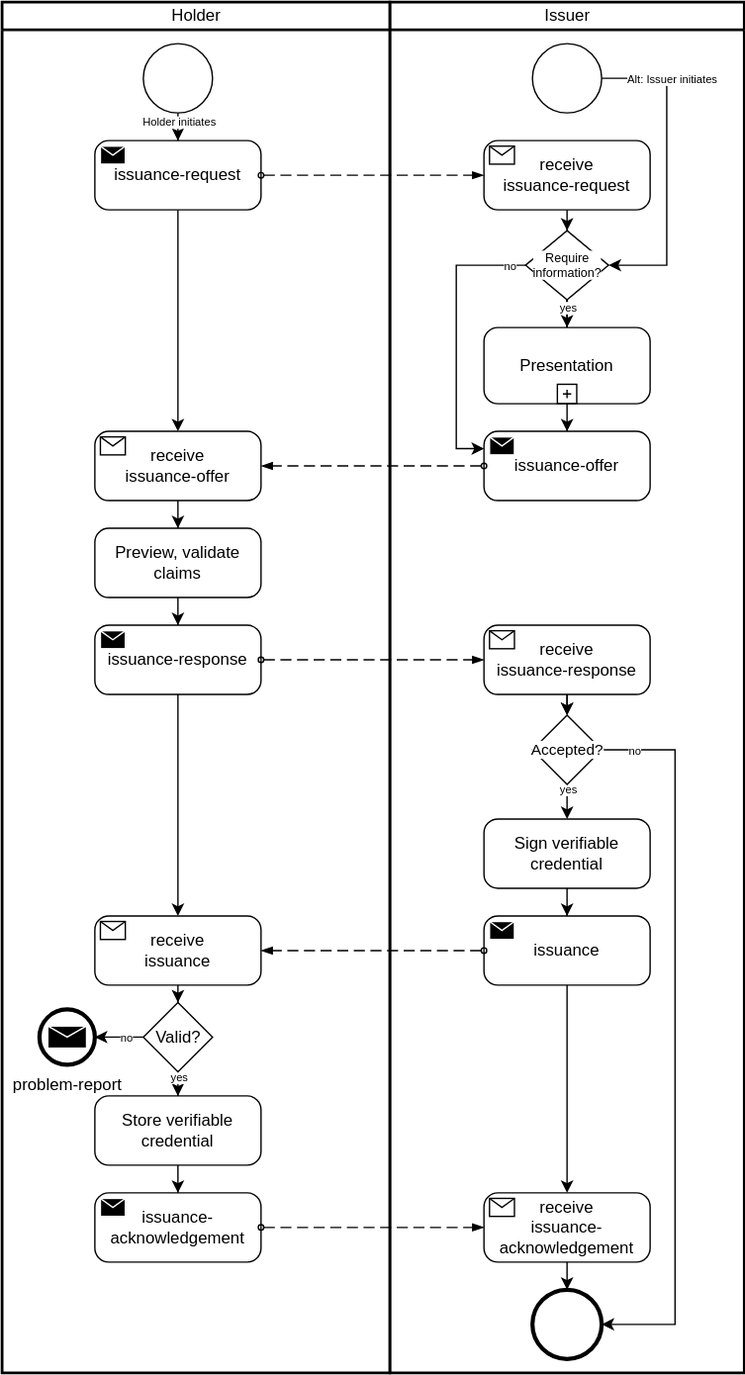
The draw.io diagram documentation/static/img/didcomm/issuance.drawio.svg in iotaledger/identity.rs, before a commit. Source tidied: cells renumbered, new cells last; positions are measured from the earlier drawing's top-left corner, leaving out a move shared by most shapes.
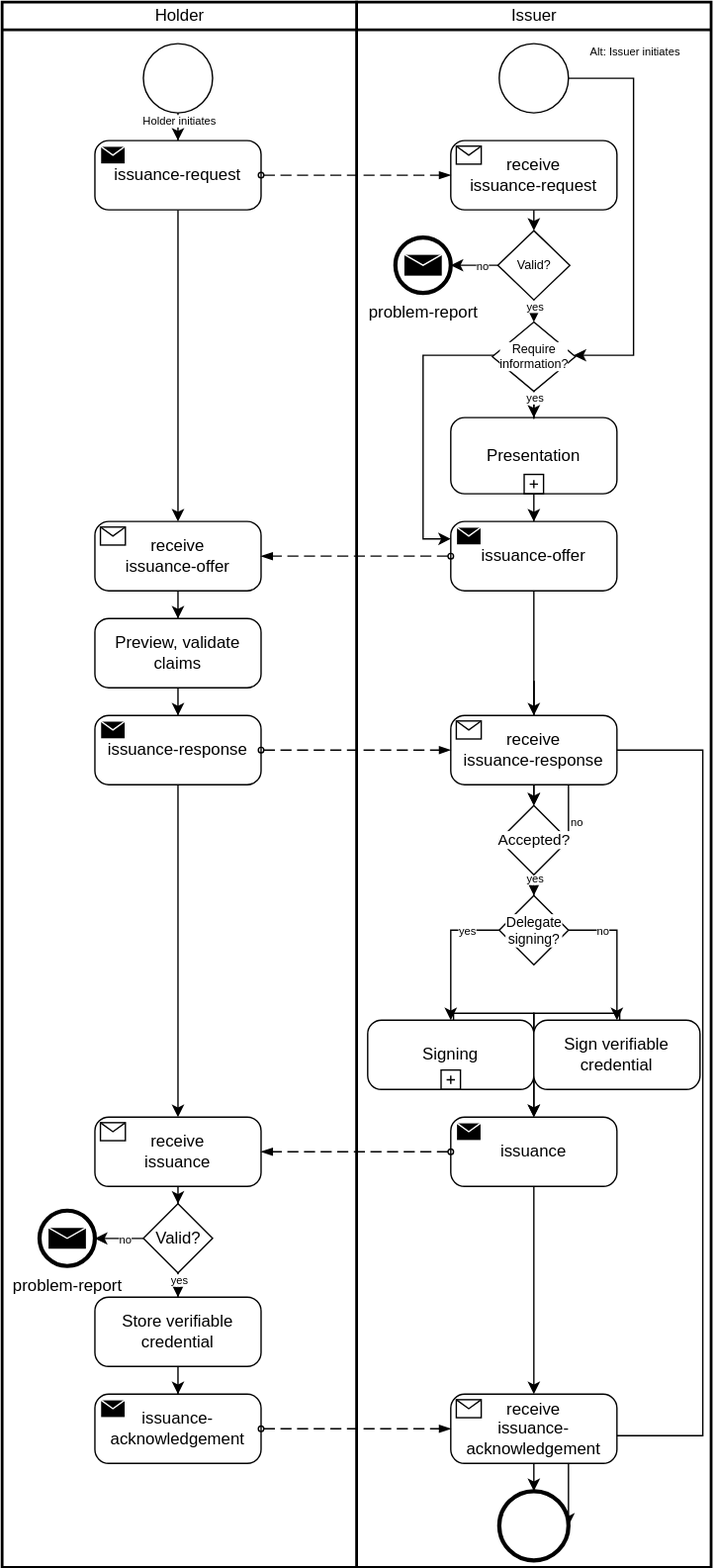
The same file after the commit.

Commit message:
[WIP] furthr work on issuance

Diff of the diagram source:
```diff
@@ -5,3 +5,3 @@
     <mxCell id="2" value="Issuer" style="swimlane;html=1;startSize=20;fontStyle=0;horizontal=1;swimlaneLine=1;strokeWidth=2;swimlaneFillColor=#ffffff;" parent="1" vertex="1">
-      <mxGeometry x="280" width="256" height="990" as="geometry" />
+      <mxGeometry x="286" width="256" height="1130" as="geometry" />
     </mxCell>
@@ -10,5 +10,10 @@
     </mxCell>
-    <mxCell id="4" style="edgeStyle=orthogonalEdgeStyle;rounded=0;jettySize=auto;html=1;entryX=0.5;entryY=0;entryDx=0;entryDy=0;entryPerimeter=0;" parent="2" edge="1" source="5" target="25">
-      <mxGeometry relative="1" as="geometry" />
-    </mxCell>
+    <mxCell id="60" style="edgeStyle=orthogonalEdgeStyle;rounded=0;jumpSize=6;jettySize=auto;html=1;fontSize=8;endSize=6;" parent="2" edge="1" source="5" target="75">
+      <mxGeometry relative="1" as="geometry">
+        <Array as="points">
+          <mxPoint x="128" y="160" />
+          <mxPoint x="128" y="160" />
+        </Array>
+      </mxGeometry>
+    </mxCell>
     <mxCell id="5" value="receive &#10;issuance-request" style="points=[[0.25,0,0],[0.5,0,0],[0.75,0,0],[1,0.25,0],[1,0.5,0],[1,0.75,0],[0.75,1,0],[0.5,1,0],[0.25,1,0],[0,0.75,0],[0,0.5,0],[0,0.25,0]];shape=mxgraph.bpmn.task;whiteSpace=wrap;rectStyle=rounded;size=10;taskMarker=receive;" parent="2" vertex="1">
@@ -20,3 +25,3 @@
           <mxPoint x="200" y="55" />
-          <mxPoint x="200" y="190" />
+          <mxPoint x="200" y="255" />
         </Array>
@@ -26,3 +31,3 @@
       <mxGeometry x="-0.65" y="1" relative="1" as="geometry">
-        <mxPoint x="12" y="1" as="offset" />
+        <mxPoint x="-1" y="-23" as="offset" />
       </mxGeometry>
@@ -43,5 +48,5 @@
     <mxCell id="11" value="issuance" style="points=[[0.25,0,0],[0.5,0,0],[0.75,0,0],[1,0.25,0],[1,0.5,0],[1,0.75,0],[0.75,1,0],[0.5,1,0],[0.25,1,0],[0,0.75,0],[0,0.5,0],[0,0.25,0]];shape=mxgraph.bpmn.task;whiteSpace=wrap;rectStyle=rounded;size=10;taskMarker=send;" parent="2" vertex="1">
-      <mxGeometry x="68" y="660" width="120" height="50" as="geometry" />
+      <mxGeometry x="68" y="805" width="120" height="50" as="geometry" />
     </mxCell>
-    <mxCell id="12" style="edgeStyle=orthogonalEdgeStyle;rounded=0;jettySize=auto;html=1;" parent="2" edge="1" source="16" target="29">
+    <mxCell id="12" style="edgeStyle=orthogonalEdgeStyle;rounded=0;jettySize=auto;html=1;" parent="2" edge="1" source="16" target="70">
       <mxGeometry relative="1" as="geometry" />
@@ -53,7 +58,10 @@
     </mxCell>
+    <mxCell id="61" value="yes" style="edgeLabel;html=1;align=center;verticalAlign=middle;fontSize=8;" parent="12" vertex="1">
+      <mxGeometry x="0.6" relative="1" as="geometry" />
+    </mxCell>
-    <mxCell id="14" style="edgeStyle=orthogonalEdgeStyle;rounded=0;jettySize=auto;html=1;exitX=1;exitY=0.5;exitDx=0;exitDy=0;exitPerimeter=0;entryX=1;entryY=0.5;entryDx=0;entryDy=0;entryPerimeter=0;" parent="2" edge="1" source="16" target="27">
+    <mxCell id="14" style="edgeStyle=orthogonalEdgeStyle;rounded=0;jettySize=auto;html=1;entryX=1;entryY=0.5;entryDx=0;entryDy=0;entryPerimeter=0;fontSize=10;exitX=1;exitY=0.5;exitDx=0;exitDy=0;exitPerimeter=0;" parent="2" edge="1" source="16" target="27">
       <mxGeometry relative="1" as="geometry">
         <Array as="points">
-          <mxPoint x="206" y="540" />
-          <mxPoint x="206" y="955" />
+          <mxPoint x="250" y="540" />
+          <mxPoint x="250" y="1035" />
         </Array>
@@ -61,12 +69,12 @@
     </mxCell>
-    <mxCell id="15" value="no" style="edgeLabel;html=1;align=center;verticalAlign=middle;fontSize=8;" parent="14" vertex="1">
-      <mxGeometry x="-0.75" relative="1" as="geometry">
-        <mxPoint x="-30" y="-13" as="offset" />
-      </mxGeometry>
-    </mxCell>
+    <mxCell id="62" value="no" style="edgeLabel;html=1;align=center;verticalAlign=middle;fontSize=8;" parent="14" vertex="1">
+      <mxGeometry x="-0.97" relative="1" as="geometry">
+        <mxPoint x="5" as="offset" />
+      </mxGeometry>
+    </mxCell>
     <mxCell id="16" value="Accepted?" style="points=[[0.25,0.25,0],[0.5,0,0],[0.75,0.25,0],[1,0.5,0],[0.75,0.75,0],[0.5,1,0],[0.25,0.75,0],[0,0.5,0]];shape=mxgraph.bpmn.gateway2;html=1;verticalLabelPosition=middle;labelBackgroundColor=#ffffff;verticalAlign=middle;align=center;perimeter=rhombusPerimeter;outlineConnect=0;outline=none;symbol=none;fillColor=#ffffff;labelPosition=center;fontSize=11;" parent="2" vertex="1">
-      <mxGeometry x="103" y="515" width="50" height="50" as="geometry" />
+      <mxGeometry x="103" y="580" width="50" height="50" as="geometry" />
     </mxCell>
     <mxCell id="17" value="receive &#10;issuance-response" style="points=[[0.25,0,0],[0.5,0,0],[0.75,0,0],[1,0.25,0],[1,0.5,0],[1,0.75,0],[0.75,1,0],[0.5,1,0],[0.25,1,0],[0,0.75,0],[0,0.5,0],[0,0.25,0]];shape=mxgraph.bpmn.task;whiteSpace=wrap;rectStyle=rounded;size=10;taskMarker=receive;" parent="2" vertex="1">
-      <mxGeometry x="68" y="450" width="120" height="50" as="geometry" />
+      <mxGeometry x="68" y="515" width="120" height="50" as="geometry" />
     </mxCell>
@@ -79,3 +87,3 @@
     <mxCell id="20" value="Presentation" style="points=[[0.25,0,0],[0.5,0,0],[0.75,0,0],[1,0.25,0],[1,0.5,0],[1,0.75,0],[0.75,1,0],[0.5,1,0],[0.25,1,0],[0,0.75,0],[0,0.5,0],[0,0.25,0]];shape=mxgraph.bpmn.task;whiteSpace=wrap;rectStyle=rounded;size=10;taskMarker=abstract;isLoopSub=1;" parent="2" vertex="1">
-      <mxGeometry x="68" y="235" width="120" height="55" as="geometry" />
+      <mxGeometry x="68" y="300" width="120" height="55" as="geometry" />
     </mxCell>
@@ -90,4 +98,4 @@
         <Array as="points">
-          <mxPoint x="48" y="190" />
-          <mxPoint x="48" y="322" />
+          <mxPoint x="48" y="255" />
+          <mxPoint x="48" y="388" />
         </Array>
@@ -95,22 +103,22 @@
     </mxCell>
-    <mxCell id="24" value="no" style="edgeLabel;html=1;align=center;verticalAlign=middle;fontSize=8;" parent="23" vertex="1">
-      <mxGeometry x="-0.84" relative="1" as="geometry">
-        <mxPoint x="5" as="offset" />
-      </mxGeometry>
-    </mxCell>
     <mxCell id="25" value="Require&lt;br style=&quot;font-size: 9px;&quot;&gt;information?" style="points=[[0.25,0.25,0],[0.5,0,0],[0.75,0.25,0],[1,0.5,0],[0.75,0.75,0],[0.5,1,0],[0.25,0.75,0],[0,0.5,0]];shape=mxgraph.bpmn.gateway2;html=1;verticalLabelPosition=middle;labelBackgroundColor=#ffffff;verticalAlign=middle;align=center;perimeter=rhombusPerimeter;outlineConnect=0;outline=none;symbol=none;fillColor=#ffffff;labelPosition=center;fontSize=9;" parent="2" vertex="1">
-      <mxGeometry x="98" y="165" width="60" height="50" as="geometry" />
+      <mxGeometry x="98" y="231" width="60" height="50" as="geometry" />
     </mxCell>
+    <mxCell id="63" style="edgeStyle=orthogonalEdgeStyle;rounded=0;jettySize=auto;html=1;entryX=0.5;entryY=0;entryDx=0;entryDy=0;entryPerimeter=0;fontSize=10;" parent="2" edge="1" source="26" target="17">
+      <mxGeometry relative="1" as="geometry" />
+    </mxCell>
     <mxCell id="26" value="issuance-offer" style="points=[[0.25,0,0],[0.5,0,0],[0.75,0,0],[1,0.25,0],[1,0.5,0],[1,0.75,0],[0.75,1,0],[0.5,1,0],[0.25,1,0],[0,0.75,0],[0,0.5,0],[0,0.25,0]];shape=mxgraph.bpmn.task;whiteSpace=wrap;rectStyle=rounded;size=10;taskMarker=send;" parent="2" vertex="1">
-      <mxGeometry x="68" y="310" width="120" height="50" as="geometry" />
+      <mxGeometry x="68" y="375" width="120" height="50" as="geometry" />
     </mxCell>
     <mxCell id="27" style="points=[[0.145,0.145,0],[0.5,0,0],[0.855,0.145,0],[1,0.5,0],[0.855,0.855,0],[0.5,1,0],[0.145,0.855,0],[0,0.5,0]];shape=mxgraph.bpmn.event;html=1;verticalLabelPosition=bottom;labelBackgroundColor=#ffffff;verticalAlign=top;align=center;perimeter=ellipsePerimeter;outlineConnect=0;outline=end;symbol=terminate2;" parent="2" vertex="1">
-      <mxGeometry x="103" y="930" width="50" height="50" as="geometry" />
+      <mxGeometry x="103" y="1075" width="50" height="50" as="geometry" />
     </mxCell>
     <mxCell id="28" style="edgeStyle=orthogonalEdgeStyle;rounded=0;jettySize=auto;html=1;fontSize=8;" parent="2" edge="1" source="29" target="11">
-      <mxGeometry relative="1" as="geometry" />
+      <mxGeometry relative="1" as="geometry">
+        <Array as="points">
+          <mxPoint x="190" y="730" />
+          <mxPoint x="128" y="730" />
+        </Array>
+      </mxGeometry>
     </mxCell>
-    <mxCell id="29" value="Sign verifiable credential" style="points=[[0.25,0,0],[0.5,0,0],[0.75,0,0],[1,0.25,0],[1,0.5,0],[1,0.75,0],[0.75,1,0],[0.5,1,0],[0.25,1,0],[0,0.75,0],[0,0.5,0],[0,0.25,0]];shape=mxgraph.bpmn.task;whiteSpace=wrap;rectStyle=rounded;size=10;taskMarker=abstract;fillColor=#ffffff;" parent="2" vertex="1">
-      <mxGeometry x="68" y="590" width="120" height="50" as="geometry" />
-    </mxCell>
     <mxCell id="30" style="edgeStyle=orthogonalEdgeStyle;rounded=0;jettySize=auto;html=1;fontSize=8;" parent="2" edge="1" source="31" target="27">
@@ -119,6 +127,69 @@
     <mxCell id="31" value="receive &#10;issuance-acknowledgement" style="points=[[0.25,0,0],[0.5,0,0],[0.75,0,0],[1,0.25,0],[1,0.5,0],[1,0.75,0],[0.75,1,0],[0.5,1,0],[0.25,1,0],[0,0.75,0],[0,0.5,0],[0,0.25,0]];shape=mxgraph.bpmn.task;whiteSpace=wrap;rectStyle=rounded;size=10;taskMarker=receive;" parent="2" vertex="1">
-      <mxGeometry x="68" y="860" width="120" height="50" as="geometry" />
+      <mxGeometry x="68" y="1005" width="120" height="50" as="geometry" />
     </mxCell>
+    <mxCell id="64" style="edgeStyle=orthogonalEdgeStyle;rounded=0;jettySize=auto;html=1;fontSize=10;" parent="2" edge="1" source="65" target="11">
+      <mxGeometry relative="1" as="geometry">
+        <Array as="points">
+          <mxPoint x="70" y="730" />
+          <mxPoint x="128" y="730" />
+        </Array>
+      </mxGeometry>
+    </mxCell>
+    <mxCell id="65" value="Signing" style="points=[[0.25,0,0],[0.5,0,0],[0.75,0,0],[1,0.25,0],[1,0.5,0],[1,0.75,0],[0.75,1,0],[0.5,1,0],[0.25,1,0],[0,0.75,0],[0,0.5,0],[0,0.25,0]];shape=mxgraph.bpmn.task;whiteSpace=wrap;rectStyle=rounded;size=10;taskMarker=abstract;isLoopSub=1;" parent="2" vertex="1">
+      <mxGeometry x="8" y="735" width="120" height="50" as="geometry" />
+    </mxCell>
+    <mxCell id="29" value="Sign verifiable credential" style="points=[[0.25,0,0],[0.5,0,0],[0.75,0,0],[1,0.25,0],[1,0.5,0],[1,0.75,0],[0.75,1,0],[0.5,1,0],[0.25,1,0],[0,0.75,0],[0,0.5,0],[0,0.25,0]];shape=mxgraph.bpmn.task;whiteSpace=wrap;rectStyle=rounded;size=10;taskMarker=abstract;fillColor=#ffffff;" parent="2" vertex="1">
+      <mxGeometry x="128" y="735" width="120" height="50" as="geometry" />
+    </mxCell>
+    <mxCell id="66" style="edgeStyle=orthogonalEdgeStyle;rounded=0;jettySize=auto;html=1;fontSize=10;exitX=0;exitY=0.5;exitDx=0;exitDy=0;exitPerimeter=0;" parent="2" edge="1" source="70" target="65">
+      <mxGeometry relative="1" as="geometry" />
+    </mxCell>
+    <mxCell id="67" value="yes" style="edgeLabel;html=1;align=center;verticalAlign=middle;fontSize=8;" parent="66" vertex="1">
+      <mxGeometry x="-0.82" y="-1" relative="1" as="geometry">
+        <mxPoint x="-14" y="1" as="offset" />
+      </mxGeometry>
+    </mxCell>
+    <mxCell id="68" style="edgeStyle=orthogonalEdgeStyle;rounded=0;jettySize=auto;html=1;entryX=0.5;entryY=0;entryDx=0;entryDy=0;entryPerimeter=0;fontSize=10;exitX=1;exitY=0.5;exitDx=0;exitDy=0;exitPerimeter=0;" parent="2" edge="1" source="70" target="29">
+      <mxGeometry relative="1" as="geometry" />
+    </mxCell>
+    <mxCell id="69" value="no" style="edgeLabel;html=1;align=center;verticalAlign=middle;fontSize=8;" parent="68" vertex="1">
+      <mxGeometry x="-0.48" y="-1" relative="1" as="geometry">
+        <mxPoint x="-2" y="-1" as="offset" />
+      </mxGeometry>
+    </mxCell>
+    <mxCell id="70" value="Delegate &lt;br style=&quot;font-size: 10px;&quot;&gt;signing?" style="points=[[0.25,0.25,0],[0.5,0,0],[0.75,0.25,0],[1,0.5,0],[0.75,0.75,0],[0.5,1,0],[0.25,0.75,0],[0,0.5,0]];shape=mxgraph.bpmn.gateway2;html=1;verticalLabelPosition=middle;labelBackgroundColor=#ffffff;verticalAlign=middle;align=center;perimeter=rhombusPerimeter;outlineConnect=0;outline=none;symbol=none;fillColor=#ffffff;labelPosition=center;fontSize=10;" parent="2" vertex="1">
+      <mxGeometry x="103" y="645" width="50" height="50" as="geometry" />
+    </mxCell>
+    <mxCell id="71" style="edgeStyle=orthogonalEdgeStyle;rounded=0;jettySize=auto;html=1;fontSize=8;" parent="2" edge="1" source="75" target="76">
+      <mxGeometry relative="1" as="geometry">
+        <Array as="points">
+          <mxPoint x="82" y="190" />
+          <mxPoint x="82" y="190" />
+        </Array>
+      </mxGeometry>
+    </mxCell>
+    <mxCell id="72" value="no" style="edgeLabel;html=1;align=center;verticalAlign=middle;fontSize=8;" parent="71" vertex="1">
+      <mxGeometry x="-0.3" relative="1" as="geometry" />
+    </mxCell>
+    <mxCell id="73" style="edgeStyle=orthogonalEdgeStyle;rounded=0;jumpSize=6;jettySize=auto;html=1;fontSize=8;endSize=6;" parent="2" edge="1" source="75" target="25">
+      <mxGeometry relative="1" as="geometry">
+        <Array as="points">
+          <mxPoint x="128" y="211" />
+          <mxPoint x="128" y="211" />
+        </Array>
+      </mxGeometry>
+    </mxCell>
+    <mxCell id="74" value="yes" style="edgeLabel;html=1;align=center;verticalAlign=middle;fontSize=8;" parent="73" vertex="1">
+      <mxGeometry x="-0.32" relative="1" as="geometry">
+        <mxPoint y="-2" as="offset" />
+      </mxGeometry>
+    </mxCell>
+    <mxCell id="75" value="Valid?" style="points=[[0.25,0.25,0],[0.5,0,0],[0.75,0.25,0],[1,0.5,0],[0.75,0.75,0],[0.5,1,0],[0.25,0.75,0],[0,0.5,0]];shape=mxgraph.bpmn.gateway2;html=1;verticalLabelPosition=middle;labelBackgroundColor=#ffffff;verticalAlign=middle;align=center;perimeter=rhombusPerimeter;outlineConnect=0;outline=none;symbol=none;fillColor=#ffffff;labelPosition=center;fontSize=9;" parent="2" vertex="1">
+      <mxGeometry x="102" y="165" width="52" height="50" as="geometry" />
+    </mxCell>
+    <mxCell id="76" value="problem-report" style="points=[[0.145,0.145,0],[0.5,0,0],[0.855,0.145,0],[1,0.5,0],[0.855,0.855,0],[0.5,1,0],[0.145,0.855,0],[0,0.5,0]];shape=mxgraph.bpmn.event;html=1;verticalLabelPosition=bottom;labelBackgroundColor=#ffffff;verticalAlign=top;align=center;perimeter=ellipsePerimeter;outlineConnect=0;outline=end;symbol=message;fillColor=#ffffff;" parent="2" vertex="1">
+      <mxGeometry x="28" y="170" width="40" height="40" as="geometry" />
+    </mxCell>
     <mxCell id="32" value="Holder" style="swimlane;html=1;startSize=20;fontStyle=0;horizontal=1;swimlaneLine=1;strokeWidth=2;swimlaneFillColor=#ffffff;" parent="1" vertex="1">
-      <mxGeometry width="280" height="990" as="geometry" />
+      <mxGeometry x="30" width="256" height="1130" as="geometry" />
     </mxCell>
@@ -145,3 +216,3 @@
     <mxCell id="39" value="receive &#10;issuance-offer" style="points=[[0.25,0,0],[0.5,0,0],[0.75,0,0],[1,0.25,0],[1,0.5,0],[1,0.75,0],[0.75,1,0],[0.5,1,0],[0.25,1,0],[0,0.75,0],[0,0.5,0],[0,0.25,0]];shape=mxgraph.bpmn.task;whiteSpace=wrap;rectStyle=rounded;size=10;taskMarker=receive;" parent="32" vertex="1">
-      <mxGeometry x="67" y="310" width="120" height="50" as="geometry" />
+      <mxGeometry x="67" y="375" width="120" height="50" as="geometry" />
     </mxCell>
@@ -151,3 +222,3 @@
     <mxCell id="41" value="Preview, validate claims" style="points=[[0.25,0,0],[0.5,0,0],[0.75,0,0],[1,0.25,0],[1,0.5,0],[1,0.75,0],[0.75,1,0],[0.5,1,0],[0.25,1,0],[0,0.75,0],[0,0.5,0],[0,0.25,0]];shape=mxgraph.bpmn.task;whiteSpace=wrap;rectStyle=rounded;size=10;taskMarker=abstract;fillColor=#ffffff;" parent="32" vertex="1">
-      <mxGeometry x="67" y="380" width="120" height="50" as="geometry" />
+      <mxGeometry x="67" y="445" width="120" height="50" as="geometry" />
     </mxCell>
@@ -157,3 +228,3 @@
     <mxCell id="43" value="receive &#10;issuance" style="points=[[0.25,0,0],[0.5,0,0],[0.75,0,0],[1,0.25,0],[1,0.5,0],[1,0.75,0],[0.75,1,0],[0.5,1,0],[0.25,1,0],[0,0.75,0],[0,0.5,0],[0,0.25,0]];shape=mxgraph.bpmn.task;whiteSpace=wrap;rectStyle=rounded;size=10;taskMarker=receive;" parent="32" vertex="1">
-      <mxGeometry x="67" y="660" width="120" height="50" as="geometry" />
+      <mxGeometry x="67" y="805" width="120" height="50" as="geometry" />
     </mxCell>
@@ -163,3 +234,3 @@
     <mxCell id="45" value="issuance-response" style="points=[[0.25,0,0],[0.5,0,0],[0.75,0,0],[1,0.25,0],[1,0.5,0],[1,0.75,0],[0.75,1,0],[0.5,1,0],[0.25,1,0],[0,0.75,0],[0,0.5,0],[0,0.25,0]];shape=mxgraph.bpmn.task;whiteSpace=wrap;rectStyle=rounded;size=10;taskMarker=send;" parent="32" vertex="1">
-      <mxGeometry x="67" y="450" width="120" height="50" as="geometry" />
+      <mxGeometry x="67" y="515" width="120" height="50" as="geometry" />
     </mxCell>
@@ -174,6 +245,6 @@
     <mxCell id="48" value="Valid?" style="points=[[0.25,0.25,0],[0.5,0,0],[0.75,0.25,0],[1,0.5,0],[0.75,0.75,0],[0.5,1,0],[0.25,0.75,0],[0,0.5,0]];shape=mxgraph.bpmn.gateway2;html=1;verticalLabelPosition=middle;labelBackgroundColor=#ffffff;verticalAlign=middle;align=center;perimeter=rhombusPerimeter;outlineConnect=0;outline=none;symbol=none;fillColor=#ffffff;labelPosition=center;fontSize=12;" parent="32" vertex="1">
-      <mxGeometry x="102" y="722.5" width="50" height="50" as="geometry" />
+      <mxGeometry x="102" y="867.5" width="50" height="50" as="geometry" />
     </mxCell>
     <mxCell id="49" value="problem-report" style="points=[[0.145,0.145,0],[0.5,0,0],[0.855,0.145,0],[1,0.5,0],[0.855,0.855,0],[0.5,1,0],[0.145,0.855,0],[0,0.5,0]];shape=mxgraph.bpmn.event;html=1;verticalLabelPosition=bottom;labelBackgroundColor=#ffffff;verticalAlign=top;align=center;perimeter=ellipsePerimeter;outlineConnect=0;outline=end;symbol=message;fillColor=#ffffff;" parent="32" vertex="1">
-      <mxGeometry x="27" y="727.5" width="40" height="40" as="geometry" />
+      <mxGeometry x="27" y="872.5" width="40" height="40" as="geometry" />
     </mxCell>
@@ -188,3 +259,3 @@
     <mxCell id="52" value="issuance-acknowledgement" style="points=[[0.25,0,0],[0.5,0,0],[0.75,0,0],[1,0.25,0],[1,0.5,0],[1,0.75,0],[0.75,1,0],[0.5,1,0],[0.25,1,0],[0,0.75,0],[0,0.5,0],[0,0.25,0]];shape=mxgraph.bpmn.task;whiteSpace=wrap;rectStyle=rounded;size=10;taskMarker=send;" parent="32" vertex="1">
-      <mxGeometry x="67" y="860" width="120" height="50" as="geometry" />
+      <mxGeometry x="67" y="1005" width="120" height="50" as="geometry" />
     </mxCell>
@@ -194,3 +265,3 @@
     <mxCell id="54" value="Store verifiable credential" style="points=[[0.25,0,0],[0.5,0,0],[0.75,0,0],[1,0.25,0],[1,0.5,0],[1,0.75,0],[0.75,1,0],[0.5,1,0],[0.25,1,0],[0,0.75,0],[0,0.5,0],[0,0.25,0]];shape=mxgraph.bpmn.task;whiteSpace=wrap;rectStyle=rounded;size=10;taskMarker=abstract;fillColor=#ffffff;" parent="32" vertex="1">
-      <mxGeometry x="67" y="790" width="120" height="50" as="geometry" />
+      <mxGeometry x="67" y="935" width="120" height="50" as="geometry" />
     </mxCell>
```
